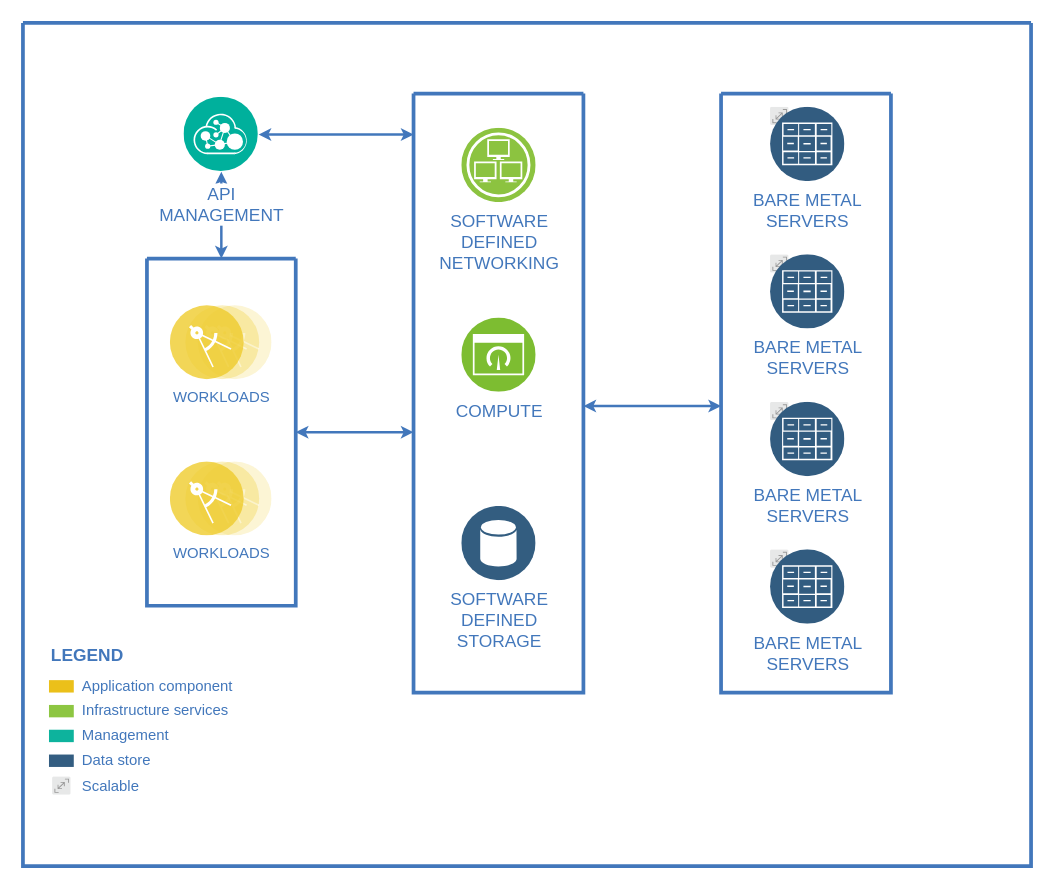
Before: Untitled Diagram.drawio in Raptor-Tech/Diagram, a draw.io diagram. Source tidied: cells renumbered, new cells numbered last; positions are measured from the earlier drawing's top-left corner, leaving out a move shared by most shapes. Both pictures are drawn from the tidied source at 124%, with x=0, y=0 at pixel (22, 22).
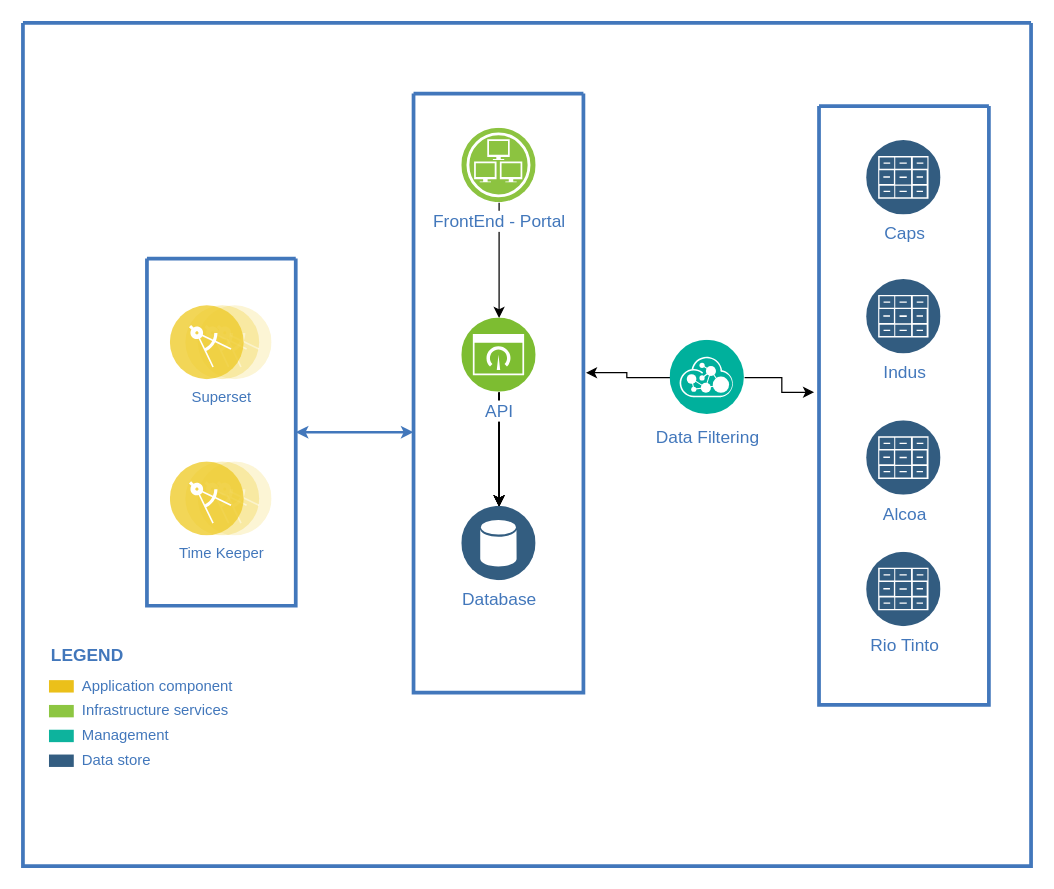
Above is the later version.

The change refers to these unchanged cells:
```xml
<mxCell id="2" style="swimlane;shadow=0;strokeColor=#4277BB;fillColor=#ffffff;fontColor=#4277BB;align=right;startSize=0;strokeWidth=3;" parent="1" vertex="1">
  <mxGeometry width="813" height="680" as="geometry" />
</mxCell>
<mxCell id="13" style="swimlane;shadow=0;strokeColor=#4277BB;fillColor=#ffffff;fontColor=#4277BB;align=right;startSize=0;strokeWidth=3;" parent="2" vertex="1">
  <mxGeometry x="100" y="190" width="120" height="280" as="geometry" />
</mxCell>
<mxCell id="16" style="swimlane;shadow=0;strokeColor=#4277BB;fillColor=#ffffff;fontColor=#4277BB;align=right;startSize=0;strokeWidth=3;" parent="2" vertex="1">
  <mxGeometry x="315" y="57" width="137" height="483" as="geometry" />
</mxCell>
```

What changed in the source:
```diff
@@
-    <mxCell id="3" style="edgeStyle=elbowEdgeStyle;rounded=0;elbow=vertical;html=1;labelBackgroundColor=#ffffff;startArrow=classic;startFill=1;startSize=4;endArrow=classic;endFill=1;endSize=4;jettySize=auto;strokeColor=#4277BB;strokeWidth=2;fontSize=14;fontColor=#4277BB;" parent="2" edge="1" source="12" target="16">
-      <mxGeometry relative="1" as="geometry" />
-    </mxCell>
@@
-    <mxCell id="5" style="edgeStyle=elbowEdgeStyle;rounded=0;elbow=vertical;html=1;entryX=0;entryY=0.522;entryPerimeter=0;labelBackgroundColor=#ffffff;startArrow=classic;startFill=1;startSize=4;endArrow=classic;endFill=1;endSize=4;jettySize=auto;strokeColor=#4277BB;strokeWidth=2;fontSize=14;fontColor=#4277BB;" parent="2" edge="1" source="16" target="20">
-      <mxGeometry relative="1" as="geometry" />
-    </mxCell>
-    <mxCell id="6" style="edgeStyle=elbowEdgeStyle;rounded=0;elbow=vertical;html=1;labelBackgroundColor=#ffffff;startArrow=classic;startFill=1;startSize=4;endArrow=classic;endFill=1;endSize=4;jettySize=auto;strokeColor=#4277BB;strokeWidth=2;fontSize=14;fontColor=#4277BB;" parent="2" edge="1" source="12" target="13">
-      <mxGeometry relative="1" as="geometry" />
-    </mxCell>
@@
+    <mxCell id="34" style="edgeStyle=orthogonalEdgeStyle;rounded=0;jettySize=auto;html=1;entryX=-0.029;entryY=0.478;entryDx=0;entryDy=0;entryPerimeter=0;" parent="2" edge="1" source="12" target="20">
+      <mxGeometry relative="1" as="geometry" />
+    </mxCell>
+    <mxCell id="3" style="edgeStyle=orthogonalEdgeStyle;rounded=0;jettySize=auto;html=1;entryX=1.015;entryY=0.466;entryDx=0;entryDy=0;entryPerimeter=0;" parent="2" edge="1" source="12" target="16">
+      <mxGeometry relative="1" as="geometry" />
+    </mxCell>
-    <mxCell id="12" value="API&lt;div&gt;MANAGEMENT&lt;/div&gt;" style="perimeter=ellipsePerimeter;html=1;align=center;shadow=0;dashed=0;image;image=img/lib/ibm/management/api_management.svg;rounded=1;labelBackgroundColor=#ffffff;strokeColor=#666666;strokeWidth=3;fillColor=#C2952D;gradientColor=none;fontSize=14;fontColor=#4277BB;spacingTop=3;" parent="2" vertex="1">
-      <mxGeometry x="130" y="60" width="60" height="60" as="geometry" />
+    <mxCell id="12" value="Data Filtering" style="perimeter=ellipsePerimeter;html=1;align=center;shadow=0;dashed=0;image;image=img/lib/ibm/management/api_management.svg;rounded=1;labelBackgroundColor=#ffffff;strokeColor=#666666;strokeWidth=3;fillColor=#C2952D;gradientColor=none;fontSize=14;fontColor=#4277BB;spacingTop=3;" parent="2" vertex="1">
+      <mxGeometry x="522" y="256" width="60" height="60" as="geometry" />
     </mxCell>
@@
-    <mxCell id="14" value="WORKLOADS" style="perimeter=ellipsePerimeter;html=1;align=center;shadow=0;dashed=0;image;image=img/lib/ibm/applications/microservice.svg;labelBackgroundColor=#ffffff;strokeColor=#666666;strokeWidth=3;fillColor=#C2952D;gradientColor=none;fontSize=12;fontColor=#4277BB;" parent="13" vertex="1">
+    <mxCell id="14" value="Superset" style="perimeter=ellipsePerimeter;html=1;align=center;shadow=0;dashed=0;image;image=img/lib/ibm/applications/microservice.svg;labelBackgroundColor=#ffffff;strokeColor=#666666;strokeWidth=3;fillColor=#C2952D;gradientColor=none;fontSize=12;fontColor=#4277BB;" parent="13" vertex="1">
       <mxGeometry x="19" y="38" width="82" height="60" as="geometry" />
     </mxCell>
-    <mxCell id="15" value="WORKLOADS" style="perimeter=ellipsePerimeter;html=1;align=center;shadow=0;dashed=0;image;image=img/lib/ibm/applications/microservice.svg;labelBackgroundColor=#ffffff;strokeColor=#666666;strokeWidth=3;fillColor=#C2952D;gradientColor=none;fontSize=12;fontColor=#4277BB;" parent="13" vertex="1">
+    <mxCell id="15" value="Time Keeper" style="perimeter=ellipsePerimeter;html=1;align=center;shadow=0;dashed=0;image;image=img/lib/ibm/applications/microservice.svg;labelBackgroundColor=#ffffff;strokeColor=#666666;strokeWidth=3;fillColor=#C2952D;gradientColor=none;fontSize=12;fontColor=#4277BB;" parent="13" vertex="1">
       <mxGeometry x="19" y="164" width="82" height="60" as="geometry" />
     </mxCell>
@@
+    <mxCell id="35" style="edgeStyle=orthogonalEdgeStyle;rounded=0;jettySize=auto;html=1;" parent="16" edge="1" source="17" target="18">
+      <mxGeometry relative="1" as="geometry" />
+    </mxCell>
-    <mxCell id="17" value="SOFTWARE&lt;div&gt;DEFINED&lt;/div&gt;&lt;div&gt;NETWORKING&lt;/div&gt;" style="perimeter=ellipsePerimeter;html=1;align=center;shadow=0;dashed=0;image;image=img/lib/ibm/infrastructure/infrastructure_services.svg;rounded=1;labelBackgroundColor=#ffffff;strokeColor=#666666;strokeWidth=3;fillColor=#C2952D;gradientColor=none;fontSize=14;fontColor=#4277BB;" parent="16" vertex="1">
+    <mxCell id="17" value="FrontEnd - Portal" style="perimeter=ellipsePerimeter;html=1;align=center;shadow=0;dashed=0;image;image=img/lib/ibm/infrastructure/infrastructure_services.svg;rounded=1;labelBackgroundColor=#ffffff;strokeColor=#666666;strokeWidth=3;fillColor=#C2952D;gradientColor=none;fontSize=14;fontColor=#4277BB;" parent="16" vertex="1">
       <mxGeometry x="39" y="28" width="60" height="60" as="geometry" />
     </mxCell>
+    <mxCell id="36" style="edgeStyle=orthogonalEdgeStyle;rounded=0;jettySize=auto;html=1;" parent="16" edge="1" source="18" target="19">
+      <mxGeometry relative="1" as="geometry" />
+    </mxCell>
+    <mxCell id="37" style="edgeStyle=orthogonalEdgeStyle;rounded=0;jettySize=auto;html=1;" parent="16" edge="1" source="18" target="19">
+      <mxGeometry relative="1" as="geometry" />
+    </mxCell>
+    <mxCell id="38" style="edgeStyle=orthogonalEdgeStyle;rounded=0;jettySize=auto;html=1;" parent="16" edge="1" source="18" target="19">
+      <mxGeometry relative="1" as="geometry" />
+    </mxCell>
+    <mxCell id="39" style="edgeStyle=orthogonalEdgeStyle;rounded=0;jettySize=auto;html=1;" parent="16" edge="1" source="18" target="19">
+      <mxGeometry relative="1" as="geometry" />
+    </mxCell>
+    <mxCell id="40" style="edgeStyle=orthogonalEdgeStyle;rounded=0;jettySize=auto;html=1;" parent="16" edge="1" source="18" target="19">
+      <mxGeometry relative="1" as="geometry" />
+    </mxCell>
-    <mxCell id="18" value="COMPUTE" style="perimeter=ellipsePerimeter;html=1;align=center;shadow=0;dashed=0;image;image=img/lib/ibm/infrastructure/dashboard.svg;rounded=1;labelBackgroundColor=#ffffff;strokeColor=#666666;strokeWidth=3;fillColor=#C2952D;gradientColor=none;fontSize=14;fontColor=#4277BB;" parent="16" vertex="1">
+    <mxCell id="18" value="API" style="perimeter=ellipsePerimeter;html=1;align=center;shadow=0;dashed=0;image;image=img/lib/ibm/infrastructure/dashboard.svg;rounded=1;labelBackgroundColor=#ffffff;strokeColor=#666666;strokeWidth=3;fillColor=#C2952D;gradientColor=none;fontSize=14;fontColor=#4277BB;" parent="16" vertex="1">
       <mxGeometry x="39" y="181" width="60" height="60" as="geometry" />
     </mxCell>
-    <mxCell id="19" value="SOFTWARE&lt;div&gt;DEFINED&lt;/div&gt;&lt;div&gt;STORAGE&lt;/div&gt;" style="perimeter=ellipsePerimeter;html=1;align=center;shadow=0;dashed=0;image;image=img/lib/ibm/data/data_services.svg;rounded=1;labelBackgroundColor=#ffffff;strokeColor=#666666;strokeWidth=3;fillColor=#C2952D;gradientColor=none;fontSize=14;fontColor=#4277BB;" parent="16" vertex="1">
+    <mxCell id="19" value="Database" style="perimeter=ellipsePerimeter;html=1;align=center;shadow=0;dashed=0;image;image=img/lib/ibm/data/data_services.svg;rounded=1;labelBackgroundColor=#ffffff;strokeColor=#666666;strokeWidth=3;fillColor=#C2952D;gradientColor=none;fontSize=14;fontColor=#4277BB;" parent="16" vertex="1">
       <mxGeometry x="39" y="333" width="60" height="60" as="geometry" />
     </mxCell>
     <mxCell id="20" style="swimlane;shadow=0;strokeColor=#4277BB;fillColor=#ffffff;fontColor=#4277BB;align=right;startSize=0;strokeWidth=3;" parent="2" vertex="1">
-      <mxGeometry x="563" y="57" width="137" height="483" as="geometry" />
+      <mxGeometry x="642" y="67" width="137" height="483" as="geometry" />
     </mxCell>
-    <mxCell id="21" value="BARE METAL&#10;SERVERS" style="group;fontSize=14;fontColor=#4277BB;labelPosition=center;verticalLabelPosition=bottom;align=center;verticalAlign=top;labelBackgroundColor=#ffffff;" parent="20" vertex="1">
-      <mxGeometry x="40" y="11" width="60" height="60" as="geometry" />
-    </mxCell>
-    <mxCell id="22" style="perimeter=ellipsePerimeter;html=1;align=center;shadow=0;dashed=0;image;image=img/lib/ibm/miscellaneous/scalable.svg;rounded=1;labelBackgroundColor=none;strokeColor=#666666;strokeWidth=3;fillColor=#C2952D;gradientColor=none;fontSize=14;fontColor=#4277BB;" parent="21" vertex="1">
-      <mxGeometry width="15" height="15" as="geometry" />
-    </mxCell>
-    <mxCell id="23" style="perimeter=ellipsePerimeter;html=1;align=center;shadow=0;dashed=0;image;image=img/lib/ibm/data/file_repository.svg;rounded=1;labelBackgroundColor=none;strokeColor=#666666;strokeWidth=3;fillColor=#C2952D;gradientColor=none;fontSize=14;fontColor=#4277BB;" parent="21" vertex="1">
-      <mxGeometry width="60" height="60" as="geometry" />
-    </mxCell>
-    <mxCell id="24" style="group;fontSize=14;fontColor=#4277BB;labelBackgroundColor=#ffffff;" parent="20" vertex="1">
-      <mxGeometry x="40" y="130" width="60" height="60" as="geometry" />
-    </mxCell>
-    <mxCell id="25" style="perimeter=ellipsePerimeter;html=1;align=center;shadow=0;dashed=0;image;image=img/lib/ibm/miscellaneous/scalable.svg;rounded=1;labelBackgroundColor=none;strokeColor=#666666;strokeWidth=3;fillColor=#C2952D;gradientColor=none;fontSize=14;fontColor=#4277BB;" parent="24" vertex="1">
-      <mxGeometry width="15" height="15" as="geometry" />
-    </mxCell>
-    <mxCell id="26" value="BARE METAL&lt;br&gt;SERVERS" style="perimeter=ellipsePerimeter;html=1;align=center;shadow=0;dashed=0;image;image=img/lib/ibm/data/file_repository.svg;rounded=1;labelBackgroundColor=none;strokeColor=#666666;strokeWidth=3;fillColor=#C2952D;gradientColor=none;fontSize=14;fontColor=#4277BB;" parent="24" vertex="1">
-      <mxGeometry width="60" height="60" as="geometry" />
-    </mxCell>
-    <mxCell id="27" style="group;fontSize=14;fontColor=#4277BB;labelBackgroundColor=#ffffff;" parent="20" vertex="1">
-      <mxGeometry x="40" y="249" width="60" height="60" as="geometry" />
-    </mxCell>
-    <mxCell id="28" style="perimeter=ellipsePerimeter;html=1;align=center;shadow=0;dashed=0;image;image=img/lib/ibm/miscellaneous/scalable.svg;rounded=1;labelBackgroundColor=none;strokeColor=#666666;strokeWidth=3;fillColor=#C2952D;gradientColor=none;fontSize=14;fontColor=#4277BB;" parent="27" vertex="1">
-      <mxGeometry width="15" height="15" as="geometry" />
-    </mxCell>
-    <mxCell id="29" value="BARE METAL&lt;br&gt;SERVERS" style="perimeter=ellipsePerimeter;html=1;align=center;shadow=0;dashed=0;image;image=img/lib/ibm/data/file_repository.svg;rounded=1;labelBackgroundColor=none;strokeColor=#666666;strokeWidth=3;fillColor=#C2952D;gradientColor=none;fontSize=14;fontColor=#4277BB;" parent="27" vertex="1">
-      <mxGeometry width="60" height="60" as="geometry" />
-    </mxCell>
-    <mxCell id="30" style="group;fontSize=14;fontColor=#4277BB;labelBackgroundColor=#ffffff;" parent="20" vertex="1">
-      <mxGeometry x="40" y="368" width="60" height="60" as="geometry" />
-    </mxCell>
-    <mxCell id="31" style="perimeter=ellipsePerimeter;html=1;align=center;shadow=0;dashed=0;image;image=img/lib/ibm/miscellaneous/scalable.svg;rounded=1;labelBackgroundColor=none;strokeColor=#666666;strokeWidth=3;fillColor=#C2952D;gradientColor=none;fontSize=14;fontColor=#4277BB;" parent="30" vertex="1">
-      <mxGeometry width="15" height="15" as="geometry" />
-    </mxCell>
-    <mxCell id="32" value="BARE METAL&lt;br&gt;SERVERS" style="perimeter=ellipsePerimeter;html=1;align=center;shadow=0;dashed=0;image;image=img/lib/ibm/data/file_repository.svg;rounded=1;labelBackgroundColor=none;strokeColor=#666666;strokeWidth=3;fillColor=#C2952D;gradientColor=none;fontSize=14;fontColor=#4277BB;" parent="30" vertex="1">
-      <mxGeometry width="60" height="60" as="geometry" />
-    </mxCell>
-    <mxCell id="33" value="Scalable" style="perimeter=ellipsePerimeter;html=1;align=left;shadow=0;image;image=img/lib/ibm/miscellaneous/scalable.svg;rounded=0;labelBackgroundColor=none;strokeColor=none;strokeWidth=2;fillColor=#335D81;gradientColor=none;fontSize=12;fontColor=#4277BB;verticalAlign=middle;spacingLeft=7;labelPosition=right;verticalLabelPosition=middle;" parent="2" vertex="1">
-      <mxGeometry x="24" y="608" width="15" height="15" as="geometry" />
-    </mxCell>
+    <mxCell id="41" value="Alcoa" style="perimeter=ellipsePerimeter;html=1;align=center;shadow=0;dashed=0;image;image=img/lib/ibm/data/file_repository.svg;rounded=1;labelBackgroundColor=none;strokeColor=#666666;strokeWidth=3;fillColor=#C2952D;gradientColor=none;fontSize=14;fontColor=#4277BB;" parent="20" vertex="1">
+      <mxGeometry x="38.5" y="254" width="60" height="60" as="geometry" />
+    </mxCell>
+    <mxCell id="42" value="Caps" style="perimeter=ellipsePerimeter;html=1;align=center;shadow=0;dashed=0;image;image=img/lib/ibm/data/file_repository.svg;rounded=1;labelBackgroundColor=none;strokeColor=#666666;strokeWidth=3;fillColor=#C2952D;gradientColor=none;fontSize=14;fontColor=#4277BB;" parent="20" vertex="1">
+      <mxGeometry x="38.5" y="28" width="60" height="60" as="geometry" />
+    </mxCell>
+    <mxCell id="43" value="Rio Tinto" style="perimeter=ellipsePerimeter;html=1;align=center;shadow=0;dashed=0;image;image=img/lib/ibm/data/file_repository.svg;rounded=1;labelBackgroundColor=none;strokeColor=#666666;strokeWidth=3;fillColor=#C2952D;gradientColor=none;fontSize=14;fontColor=#4277BB;" parent="20" vertex="1">
+      <mxGeometry x="38.5" y="360" width="60" height="60" as="geometry" />
+    </mxCell>
+    <mxCell id="44" value="Indus" style="perimeter=ellipsePerimeter;html=1;align=center;shadow=0;dashed=0;image;image=img/lib/ibm/data/file_repository.svg;rounded=1;labelBackgroundColor=none;strokeColor=#666666;strokeWidth=3;fillColor=#C2952D;gradientColor=none;fontSize=14;fontColor=#4277BB;" parent="20" vertex="1">
+      <mxGeometry x="38.5" y="140" width="60" height="60" as="geometry" />
+    </mxCell>
```
